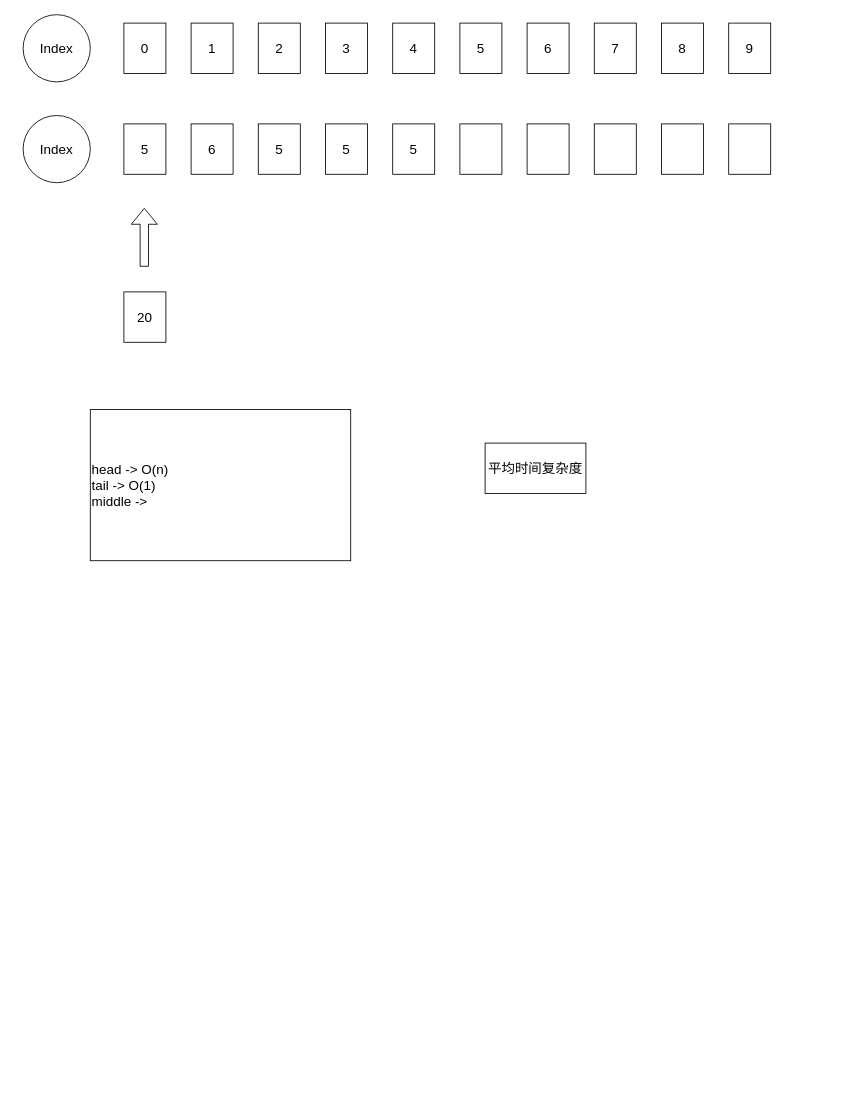
Above: main/线性表.drawio in chengchen901/diagrams.net (draw.io), before the change. Source tidied: cells renumbered, new cells numbered last; positions are measured from the earlier drawing's top-left corner, leaving out a move shared by most shapes. Both pictures are drawn from the tidied source at 84%, with x=0, y=0 at pixel (23, 14).
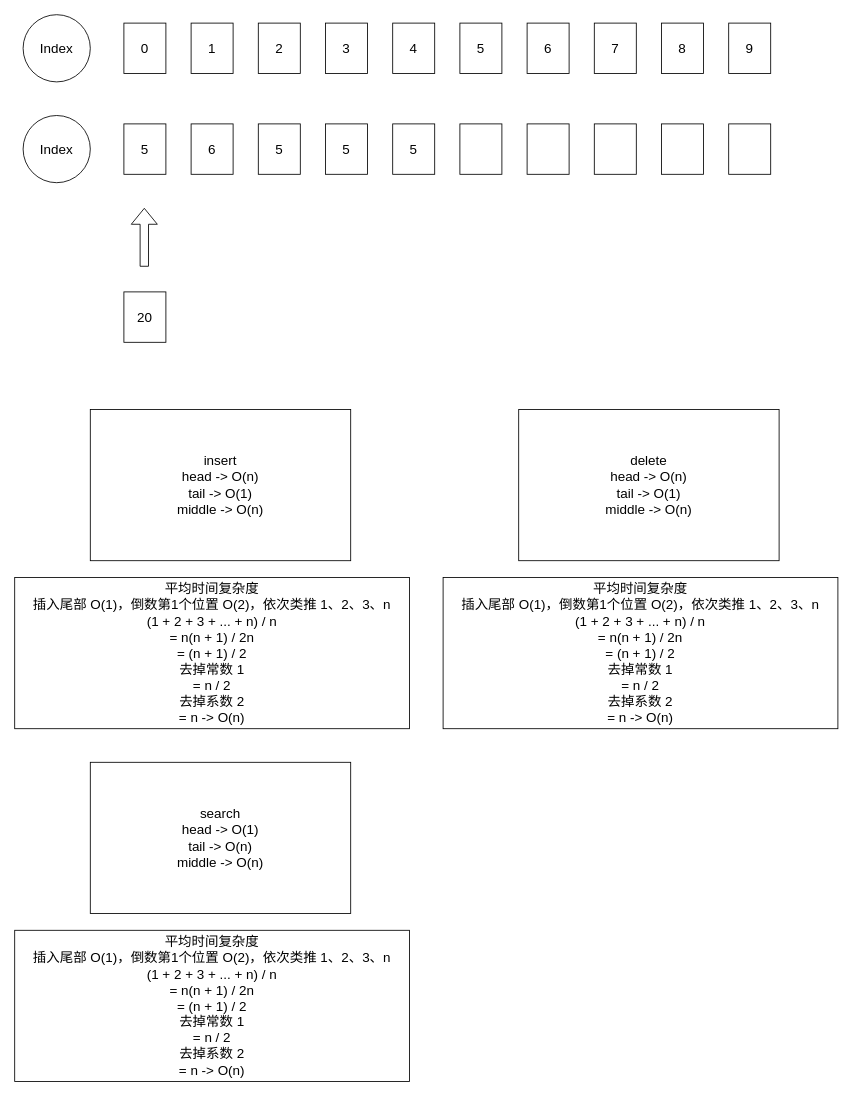
The same diagram, later.

The edit, as a diff of the source:
```diff
@@
-    <mxCell id="26" value="head -&amp;gt; O(n)&lt;br&gt;tail -&amp;gt; O(1)&lt;br&gt;middle -&amp;gt;" style="rounded=0;whiteSpace=wrap;html=1;fontSize=16;align=left;" parent="1" vertex="1">
+    <mxCell id="26" value="insert&lt;br&gt;head -&amp;gt; O(n)&lt;br&gt;tail -&amp;gt; O(1)&lt;br&gt;middle -&amp;gt; O(n)" style="rounded=0;whiteSpace=wrap;html=1;fontSize=16;align=center;" parent="1" vertex="1">
       <mxGeometry x="80" y="470" width="310" height="180" as="geometry" />
     </mxCell>
-    <mxCell id="27" value="平均时间复杂度" style="rounded=0;whiteSpace=wrap;html=1;fontSize=16;" parent="1" vertex="1">
-      <mxGeometry x="550" y="510" width="120" height="60" as="geometry" />
+    <mxCell id="27" value="平均时间复杂度&lt;br&gt;插入尾部 O(1)，倒数第1个位置 O(2)，依次类推 1、2、3、n&lt;br&gt;(1 + 2 + 3 + ... + n) / n&lt;br&gt;= n(n + 1) / 2n&lt;br&gt;= (n + 1) / 2&lt;br&gt;去掉常数 1&lt;br&gt;= n / 2&lt;br&gt;去掉系数 2&lt;br&gt;= n -&amp;gt; O(n)" style="rounded=0;whiteSpace=wrap;html=1;fontSize=16;" parent="1" vertex="1">
+      <mxGeometry x="-10" y="670" width="470" height="180" as="geometry" />
     </mxCell>
+    <mxCell id="28" value="delete&lt;br&gt;head -&amp;gt; O(n)&lt;br&gt;tail -&amp;gt; O(1)&lt;br&gt;middle -&amp;gt; O(n)" style="rounded=0;whiteSpace=wrap;html=1;fontSize=16;align=center;" parent="1" vertex="1">
+      <mxGeometry x="590" y="470" width="310" height="180" as="geometry" />
+    </mxCell>
+    <mxCell id="29" value="平均时间复杂度&lt;br&gt;插入尾部 O(1)，倒数第1个位置 O(2)，依次类推 1、2、3、n&lt;br&gt;(1 + 2 + 3 + ... + n) / n&lt;br&gt;= n(n + 1) / 2n&lt;br&gt;= (n + 1) / 2&lt;br&gt;去掉常数 1&lt;br&gt;= n / 2&lt;br&gt;去掉系数 2&lt;br&gt;= n -&amp;gt; O(n)" style="rounded=0;whiteSpace=wrap;html=1;fontSize=16;" parent="1" vertex="1">
+      <mxGeometry x="500" y="670" width="470" height="180" as="geometry" />
+    </mxCell>
+    <mxCell id="30" value="search&lt;br&gt;head -&amp;gt; O(1)&lt;br&gt;tail -&amp;gt; O(n)&lt;br&gt;middle -&amp;gt; O(n)" style="rounded=0;whiteSpace=wrap;html=1;fontSize=16;align=center;" parent="1" vertex="1">
+      <mxGeometry x="80" y="890" width="310" height="180" as="geometry" />
+    </mxCell>
+    <mxCell id="31" value="平均时间复杂度&lt;br&gt;插入尾部 O(1)，倒数第1个位置 O(2)，依次类推 1、2、3、n&lt;br&gt;(1 + 2 + 3 + ... + n) / n&lt;br&gt;= n(n + 1) / 2n&lt;br&gt;= (n + 1) / 2&lt;br&gt;去掉常数 1&lt;br&gt;= n / 2&lt;br&gt;去掉系数 2&lt;br&gt;= n -&amp;gt; O(n)" style="rounded=0;whiteSpace=wrap;html=1;fontSize=16;" parent="1" vertex="1">
+      <mxGeometry x="-10" y="1090" width="470" height="180" as="geometry" />
+    </mxCell>
```
